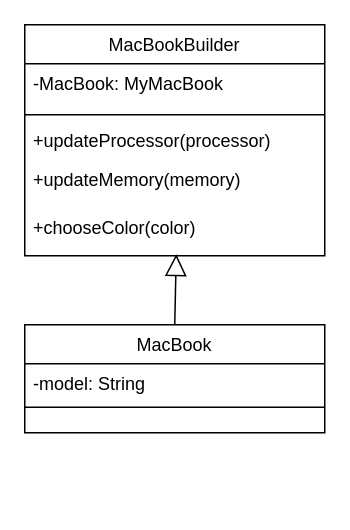
Earlier version of the draw.io diagram page "Builder" (4 of 9) of UML Diagrams.drawio (victor2996/Patterns). Source tidied: cells renumbered, new cells numbered last; positions are measured from the earlier drawing's top-left corner, leaving out a move shared by most shapes. Both pictures are drawn from the tidied source at 150%, with x=0, y=0 at pixel (24, 24).
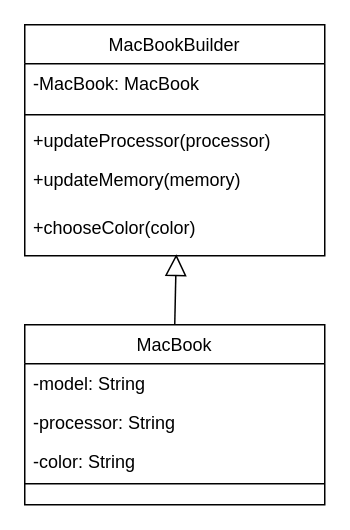
The same diagram, later.

Change to the diagram source:
```diff
@@
 <mxGraphModel>
   <root>
     <mxCell id="0" />
     <mxCell id="1" parent="0" />
     <mxCell id="2" value="MacBookBuilder" style="swimlane;fontStyle=0;align=center;verticalAlign=top;horizontal=1;startSize=26;rounded=0;shadow=0;strokeWidth=1;" parent="1" vertex="1">
       <mxGeometry width="200" height="154" as="geometry" />
     </mxCell>
-    <mxCell id="3" value="-MacBook: MyMacBook" style="text;align=left;verticalAlign=top;spacingLeft=4;spacingRight=4;overflow=hidden;" parent="2" vertex="1">
+    <mxCell id="3" value="-MacBook: MacBook" style="text;align=left;verticalAlign=top;spacingLeft=4;spacingRight=4;overflow=hidden;" parent="2" vertex="1">
       <mxGeometry y="26" width="200" height="30" as="geometry" />
     </mxCell>
     <mxCell id="4" style="line;html=1;strokeWidth=1;align=left;verticalAlign=middle;spacingTop=-1;spacingLeft=3;spacingRight=3;labelPosition=right;" parent="2" vertex="1">
       <mxGeometry y="56" width="200" height="8" as="geometry" />
     </mxCell>
     <mxCell id="5" value="+updateProcessor(processor)" style="text;align=left;verticalAlign=top;spacingLeft=4;spacingRight=4;overflow=hidden;" parent="2" vertex="1">
       <mxGeometry y="64" width="200" height="26" as="geometry" />
     </mxCell>
     <mxCell id="6" value="+updateMemory(memory)" style="text;align=left;verticalAlign=top;spacingLeft=4;spacingRight=4;overflow=hidden;" parent="2" vertex="1">
       <mxGeometry y="90" width="200" height="32" as="geometry" />
     </mxCell>
     <mxCell id="7" value="+chooseColor(color)" style="text;align=left;verticalAlign=top;spacingLeft=4;spacingRight=4;overflow=hidden;points=[[0,0.5],[1,0.5]];portConstraint=eastwest;" parent="2" vertex="1">
       <mxGeometry y="122" width="200" height="32" as="geometry" />
     </mxCell>
     <mxCell id="8" value="MacBook" style="swimlane;fontStyle=0;align=center;verticalAlign=top;horizontal=1;startSize=26;rounded=0;shadow=0;strokeWidth=1;" parent="1" vertex="1">
-      <mxGeometry y="200" width="200" height="72" as="geometry" />
+      <mxGeometry y="200" width="200" height="120" as="geometry" />
     </mxCell>
     <mxCell id="9" value="-model: String" style="text;align=left;verticalAlign=top;spacingLeft=4;spacingRight=4;overflow=hidden;" parent="8" vertex="1">
       <mxGeometry y="26" width="200" height="26" as="geometry" />
     </mxCell>
+    <mxCell id="12" value="-processor: String" style="text;align=left;verticalAlign=top;spacingLeft=4;spacingRight=4;overflow=hidden;" parent="8" vertex="1">
+      <mxGeometry y="52" width="200" height="26" as="geometry" />
+    </mxCell>
+    <mxCell id="13" value="-color: String" style="text;align=left;verticalAlign=top;spacingLeft=4;spacingRight=4;overflow=hidden;" parent="8" vertex="1">
+      <mxGeometry y="78" width="200" height="26" as="geometry" />
+    </mxCell>
     <mxCell id="10" style="line;html=1;strokeWidth=1;align=left;verticalAlign=middle;spacingTop=-1;spacingLeft=3;spacingRight=3;labelPosition=right;" parent="8" vertex="1">
-      <mxGeometry y="52" width="200" height="6" as="geometry" />
+      <mxGeometry y="104" width="200" height="4" as="geometry" />
     </mxCell>
     <mxCell id="11" style="endArrow=block;endFill=0;endSize=12;html=1;exitX=0.5;exitY=0;exitDx=0;exitDy=0;entryX=0.505;entryY=0.969;entryDx=0;entryDy=0;entryPerimeter=0;" parent="1" edge="1" source="8" target="7">
       <mxGeometry relative="1" as="geometry" />
     </mxCell>
   </root>
 </mxGraphModel>
```
